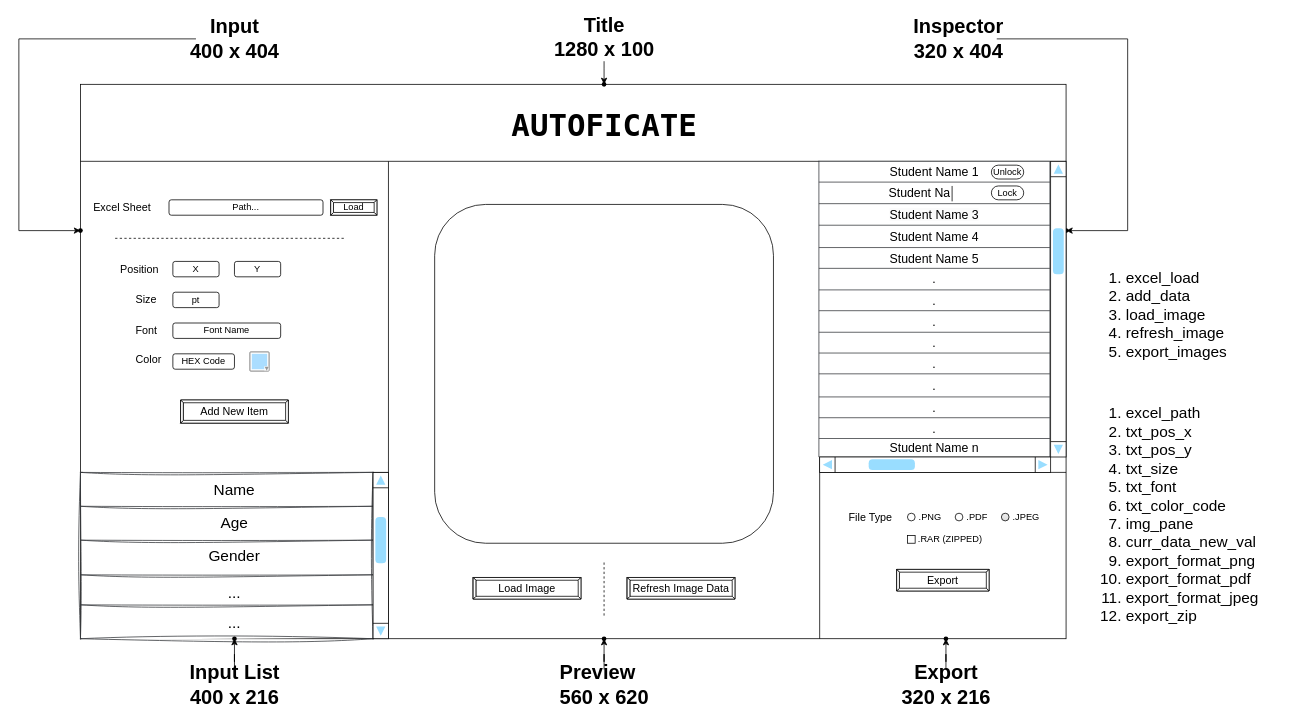
The draw.io diagram Group/Autoficate/autoficate.drawio in DevSharma324/System-Designs, before the edit. Source tidied: cells renumbered, new cells numbered last; positions are measured from the earlier drawing's top-left corner, leaving out a move shared by most shapes. Both pictures are drawn from the tidied source at 77%, with x=0, y=0 at pixel (18, 23).
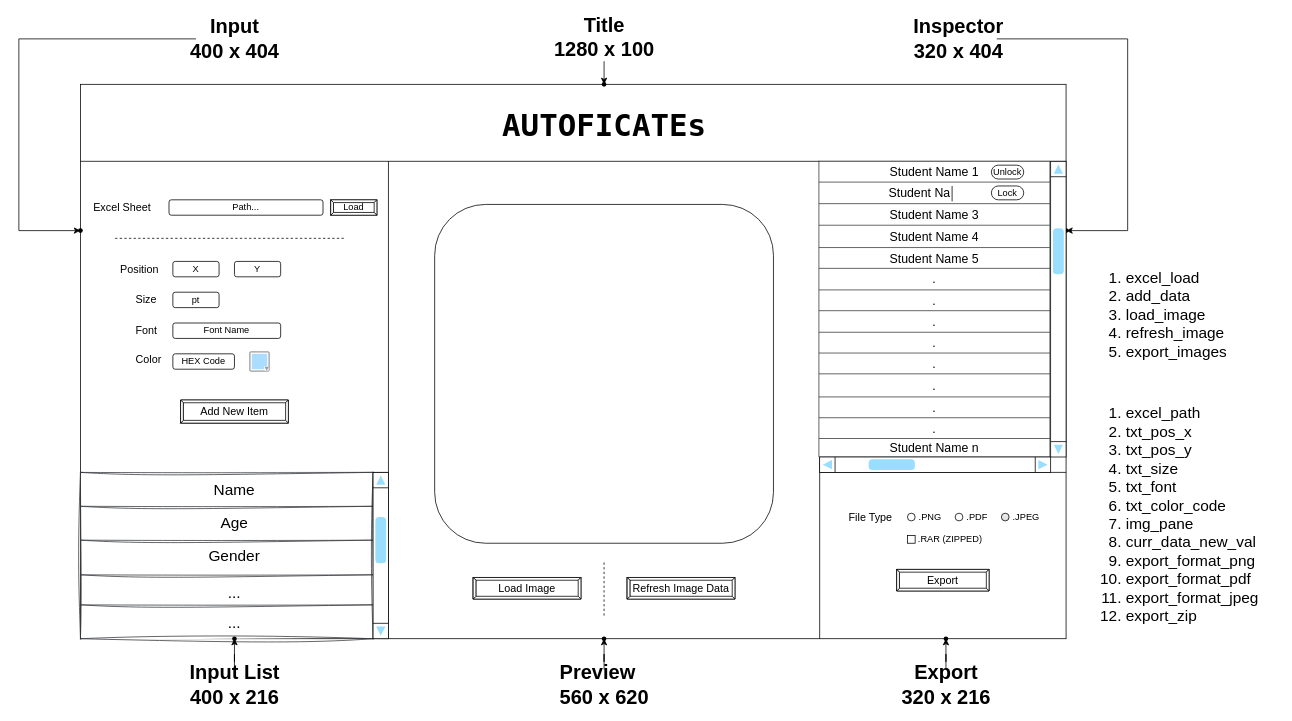
Above is the later version.

What changed in the source:
```diff
@@
-    <mxCell id="61" value="AUTOFICATE" style="text;strokeColor=none;fillColor=none;html=1;fontSize=40;fontStyle=1;verticalAlign=middle;align=center;fontFamily=Lucida Console;fontColor=default;" parent="1" vertex="1">
+    <mxCell id="61" value="AUTOFICATEs" style="text;strokeColor=none;fillColor=none;html=1;fontSize=40;fontStyle=1;verticalAlign=middle;align=center;fontFamily=Lucida Console;fontColor=default;" parent="1" vertex="1">
       <mxGeometry x="550" y="111.5" width="420" height="40" as="geometry" />
     </mxCell>
```
